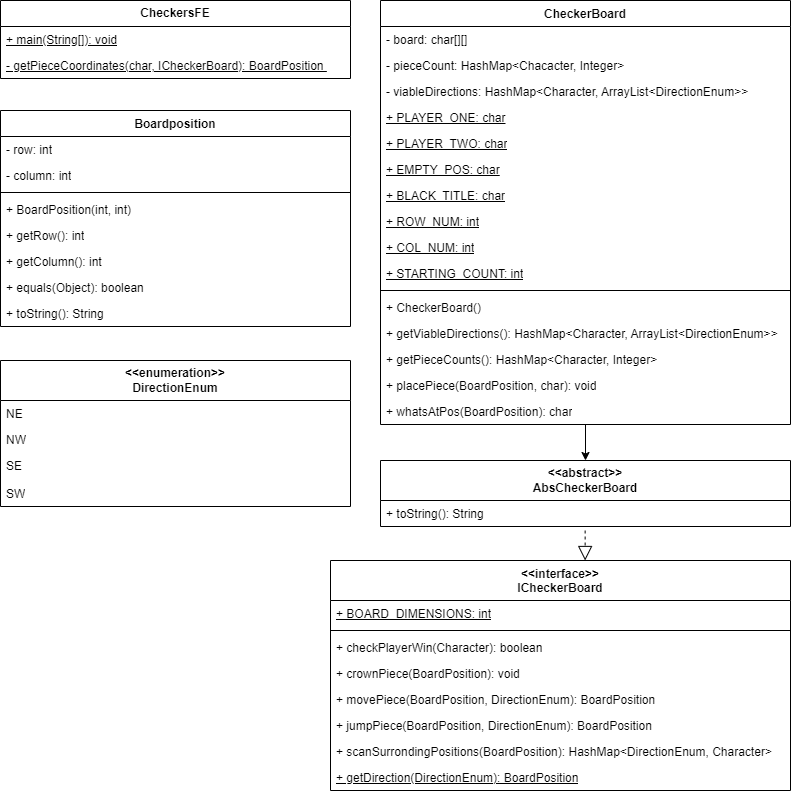
Above: UMLs.png in ksurisetty11/checkers-project (draw.io), before the change. Source tidied: cells renumbered, new cells last; positions are measured from the earlier drawing's top-left corner, leaving out a move shared by most shapes.
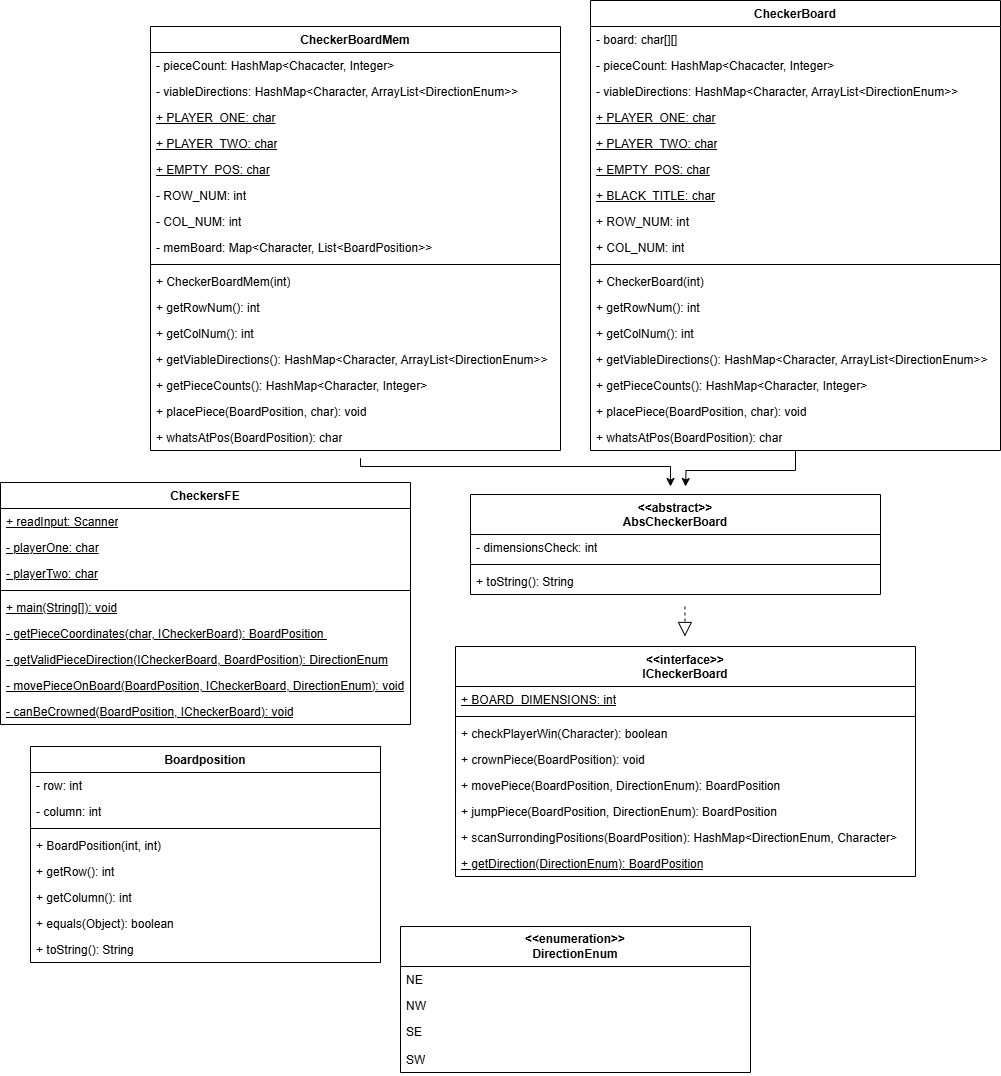
After the commit.

The edit, as a diff of the source:
```diff
@@ -3,7 +3,7 @@
     <mxCell id="0" />
     <mxCell id="1" parent="0" />
     <mxCell id="2" value="Boardposition" style="swimlane;fontStyle=1;align=center;verticalAlign=top;horizontal=1;startSize=26;whiteSpace=wrap;html=1;" parent="1" vertex="1">
-      <mxGeometry y="110" width="350" height="216" as="geometry" />
+      <mxGeometry x="-70" y="720" width="350" height="216" as="geometry" />
     </mxCell>
     <mxCell id="3" value="- row: int" style="text;strokeColor=none;fillColor=none;align=left;verticalAlign=top;spacingLeft=4;spacingRight=4;overflow=hidden;whiteSpace=wrap;html=1;" parent="2" vertex="1">
       <mxGeometry y="26" width="350" height="26" as="geometry" />
@@ -29,17 +29,8 @@
     <mxCell id="10" value="+ toString(): String" style="text;strokeColor=none;fillColor=none;align=left;verticalAlign=top;spacingLeft=4;spacingRight=4;overflow=hidden;whiteSpace=wrap;html=1;" parent="2" vertex="1">
       <mxGeometry y="190" width="350" height="26" as="geometry" />
     </mxCell>
-    <mxCell id="11" value="&lt;b&gt;CheckersFE&lt;/b&gt;" style="swimlane;fontStyle=0;horizontal=1;startSize=26;fillColor=none;whiteSpace=wrap;html=1;" parent="1" vertex="1">
-      <mxGeometry width="350" height="78" as="geometry" />
-    </mxCell>
-    <mxCell id="12" value="&lt;u&gt;+ main(String[]): void&lt;/u&gt;" style="text;strokeColor=none;fillColor=none;align=left;verticalAlign=top;spacingLeft=4;spacingRight=4;overflow=hidden;whiteSpace=wrap;html=1;" parent="11" vertex="1">
-      <mxGeometry y="26" width="350" height="26" as="geometry" />
-    </mxCell>
-    <mxCell id="13" value="- getPieceCoordinates(char, ICheckerBoard): BoardPosition&amp;nbsp;" style="text;strokeColor=none;fillColor=none;align=left;verticalAlign=top;spacingLeft=4;spacingRight=4;overflow=hidden;whiteSpace=wrap;html=1;fontStyle=4;" parent="11" vertex="1">
-      <mxGeometry y="52" width="350" height="26" as="geometry" />
-    </mxCell>
     <mxCell id="14" value="&lt;b&gt;&amp;lt;&amp;lt;enumeration&amp;gt;&amp;gt;&lt;/b&gt;&lt;div&gt;&lt;b&gt;DirectionEnum&lt;/b&gt;&lt;/div&gt;" style="swimlane;fontStyle=0;horizontal=1;startSize=40;fillColor=none;whiteSpace=wrap;html=1;" parent="1" vertex="1">
-      <mxGeometry y="360" width="350" height="146" as="geometry" />
+      <mxGeometry x="300" y="900" width="350" height="146" as="geometry" />
     </mxCell>
     <mxCell id="15" value="NE" style="text;strokeColor=none;fillColor=none;align=left;verticalAlign=top;spacingLeft=4;spacingRight=4;overflow=hidden;whiteSpace=wrap;html=1;" parent="14" vertex="1">
       <mxGeometry y="40" width="350" height="26" as="geometry" />
@@ -53,14 +44,8 @@
     <mxCell id="18" value="SW" style="text;strokeColor=none;fillColor=none;align=left;verticalAlign=top;spacingLeft=4;spacingRight=4;overflow=hidden;whiteSpace=wrap;html=1;" parent="14" vertex="1">
       <mxGeometry y="120" width="350" height="26" as="geometry" />
     </mxCell>
-    <mxCell id="19" value="&lt;div&gt;&lt;b&gt;&amp;lt;&amp;lt;abstract&amp;gt;&amp;gt;&lt;/b&gt;&lt;/div&gt;&lt;b&gt;AbsCheckerBoard&lt;/b&gt;" style="swimlane;fontStyle=0;horizontal=1;startSize=40;fillColor=none;whiteSpace=wrap;html=1;" parent="1" vertex="1">
-      <mxGeometry x="380" y="460" width="410" height="66" as="geometry" />
-    </mxCell>
-    <mxCell id="20" value="+ toString(): String" style="text;strokeColor=none;fillColor=none;align=left;verticalAlign=top;spacingLeft=4;spacingRight=4;overflow=hidden;whiteSpace=wrap;html=1;" parent="19" vertex="1">
-      <mxGeometry y="40" width="410" height="26" as="geometry" />
-    </mxCell>
     <mxCell id="21" value="CheckerBoard" style="swimlane;fontStyle=1;align=center;verticalAlign=top;horizontal=1;startSize=26;whiteSpace=wrap;html=1;" parent="1" vertex="1">
-      <mxGeometry x="380" width="410" height="424" as="geometry" />
+      <mxGeometry x="490" y="-26" width="410" height="450" as="geometry" />
     </mxCell>
     <mxCell id="22" value="- board: char[][]" style="text;strokeColor=none;fillColor=none;align=left;verticalAlign=top;spacingLeft=4;spacingRight=4;overflow=hidden;whiteSpace=wrap;html=1;" parent="21" vertex="1">
       <mxGeometry y="26" width="410" height="26" as="geometry" />
@@ -83,35 +68,38 @@
     <mxCell id="28" value="+ BLACK_TITLE: char" style="text;strokeColor=none;fillColor=none;align=left;verticalAlign=top;spacingLeft=4;spacingRight=4;overflow=hidden;whiteSpace=wrap;html=1;fontStyle=4;" parent="21" vertex="1">
       <mxGeometry y="182" width="410" height="26" as="geometry" />
     </mxCell>
-    <mxCell id="29" value="+ ROW_NUM: int" style="text;strokeColor=none;fillColor=none;align=left;verticalAlign=top;spacingLeft=4;spacingRight=4;overflow=hidden;whiteSpace=wrap;html=1;fontStyle=4;" parent="21" vertex="1">
+    <mxCell id="29" value="+ ROW_NUM: int" style="text;strokeColor=none;fillColor=none;align=left;verticalAlign=top;spacingLeft=4;spacingRight=4;overflow=hidden;whiteSpace=wrap;html=1;fontStyle=0;" parent="21" vertex="1">
       <mxGeometry y="208" width="410" height="26" as="geometry" />
     </mxCell>
-    <mxCell id="30" value="+ COL_NUM: int" style="text;strokeColor=none;fillColor=none;align=left;verticalAlign=top;spacingLeft=4;spacingRight=4;overflow=hidden;whiteSpace=wrap;html=1;fontStyle=4;" parent="21" vertex="1">
+    <mxCell id="30" value="+ COL_NUM: int" style="text;strokeColor=none;fillColor=none;align=left;verticalAlign=top;spacingLeft=4;spacingRight=4;overflow=hidden;whiteSpace=wrap;html=1;fontStyle=0;" parent="21" vertex="1">
       <mxGeometry y="234" width="410" height="26" as="geometry" />
     </mxCell>
-    <mxCell id="31" value="+ STARTING_COUNT: int" style="text;strokeColor=none;fillColor=none;align=left;verticalAlign=top;spacingLeft=4;spacingRight=4;overflow=hidden;whiteSpace=wrap;html=1;fontStyle=4;" parent="21" vertex="1">
-      <mxGeometry y="260" width="410" height="26" as="geometry" />
-    </mxCell>
     <mxCell id="32" style="line;strokeWidth=1;fillColor=none;align=left;verticalAlign=middle;spacingTop=-1;spacingLeft=3;spacingRight=3;labelPosition=right;strokeColor=inherit;" parent="21" vertex="1">
-      <mxGeometry y="286" width="410" height="8" as="geometry" />
+      <mxGeometry y="260" width="410" height="8" as="geometry" />
     </mxCell>
-    <mxCell id="33" value="+ CheckerBoard()" style="text;strokeColor=none;fillColor=none;align=left;verticalAlign=top;spacingLeft=4;spacingRight=4;overflow=hidden;whiteSpace=wrap;html=1;" parent="21" vertex="1">
-      <mxGeometry y="294" width="410" height="26" as="geometry" />
+    <mxCell id="33" value="+ CheckerBoard(int)" style="text;strokeColor=none;fillColor=none;align=left;verticalAlign=top;spacingLeft=4;spacingRight=4;overflow=hidden;whiteSpace=wrap;html=1;" parent="21" vertex="1">
+      <mxGeometry y="268" width="410" height="26" as="geometry" />
     </mxCell>
+    <mxCell id="49" value="+ getRowNum(): int" style="text;strokeColor=none;fillColor=none;align=left;verticalAlign=top;spacingLeft=4;spacingRight=4;overflow=hidden;whiteSpace=wrap;html=1;" parent="21" vertex="1">
+      <mxGeometry y="294" width="410" height="26" as="geometry" />
+    </mxCell>
+    <mxCell id="50" value="+ getColNum(): int" style="text;strokeColor=none;fillColor=none;align=left;verticalAlign=top;spacingLeft=4;spacingRight=4;overflow=hidden;whiteSpace=wrap;html=1;" parent="21" vertex="1">
+      <mxGeometry y="320" width="410" height="26" as="geometry" />
+    </mxCell>
     <mxCell id="34" value="+ getViableDirections(): HashMap&amp;lt;Character, ArrayList&amp;lt;DirectionEnum&amp;gt;&amp;gt;" style="text;strokeColor=none;fillColor=none;align=left;verticalAlign=top;spacingLeft=4;spacingRight=4;overflow=hidden;whiteSpace=wrap;html=1;" parent="21" vertex="1">
-      <mxGeometry y="320" width="410" height="26" as="geometry" />
+      <mxGeometry y="346" width="410" height="26" as="geometry" />
     </mxCell>
     <mxCell id="35" value="+ getPieceCounts(): HashMap&amp;lt;Character, Integer&amp;gt;" style="text;strokeColor=none;fillColor=none;align=left;verticalAlign=top;spacingLeft=4;spacingRight=4;overflow=hidden;whiteSpace=wrap;html=1;" parent="21" vertex="1">
-      <mxGeometry y="346" width="410" height="26" as="geometry" />
+      <mxGeometry y="372" width="410" height="26" as="geometry" />
     </mxCell>
     <mxCell id="36" value="+ placePiece(BoardPosition, char): void" style="text;strokeColor=none;fillColor=none;align=left;verticalAlign=top;spacingLeft=4;spacingRight=4;overflow=hidden;whiteSpace=wrap;html=1;" parent="21" vertex="1">
-      <mxGeometry y="372" width="410" height="26" as="geometry" />
+      <mxGeometry y="398" width="410" height="26" as="geometry" />
     </mxCell>
     <mxCell id="37" value="+ whatsAtPos(BoardPosition): char" style="text;strokeColor=none;fillColor=none;align=left;verticalAlign=top;spacingLeft=4;spacingRight=4;overflow=hidden;whiteSpace=wrap;html=1;" parent="21" vertex="1">
-      <mxGeometry y="398" width="410" height="26" as="geometry" />
+      <mxGeometry y="424" width="410" height="26" as="geometry" />
     </mxCell>
     <mxCell id="38" value="&amp;lt;&amp;lt;interface&amp;gt;&amp;gt;&lt;div&gt;ICheckerBoard&lt;/div&gt;" style="swimlane;fontStyle=1;align=center;verticalAlign=top;horizontal=1;startSize=40;whiteSpace=wrap;html=1;" parent="1" vertex="1">
-      <mxGeometry x="330" y="560" width="460" height="230" as="geometry" />
+      <mxGeometry x="355" y="620" width="460" height="230" as="geometry" />
     </mxCell>
     <mxCell id="39" value="&lt;u&gt;+ BOARD_DIMENSIONS: int&lt;/u&gt;" style="text;strokeColor=none;fillColor=none;align=left;verticalAlign=top;spacingLeft=4;spacingRight=4;overflow=hidden;whiteSpace=wrap;html=1;" parent="38" vertex="1">
       <mxGeometry y="40" width="460" height="26" as="geometry" />
@@ -137,14 +125,120 @@
     <mxCell id="46" value="&lt;u&gt;+ getDirection(DirectionEnum): BoardPosition&lt;/u&gt;" style="text;strokeColor=none;fillColor=none;align=left;verticalAlign=top;spacingLeft=4;spacingRight=4;overflow=hidden;whiteSpace=wrap;html=1;" parent="38" vertex="1">
       <mxGeometry y="204" width="460" height="26" as="geometry" />
     </mxCell>
-    <mxCell id="47" style="edgeStyle=orthogonalEdgeStyle;rounded=0;jettySize=auto;html=1;entryX=0.5;entryY=0;entryDx=0;entryDy=0;" parent="1" edge="1" source="21" target="19">
-      <mxGeometry relative="1" as="geometry" />
+    <mxCell id="47" style="edgeStyle=orthogonalEdgeStyle;rounded=0;jettySize=auto;html=1;entryX=0.5;entryY=0;entryDx=0;entryDy=0;" parent="1" edge="1" source="21">
+      <mxGeometry relative="1" as="geometry">
+        <mxPoint x="585" y="460" as="targetPoint" />
+      </mxGeometry>
     </mxCell>
     <mxCell id="48" style="endArrow=block;dashed=1;endFill=0;endSize=12;html=1;rounded=0;entryX=0.5;entryY=0;entryDx=0;entryDy=0;" parent="1" edge="1">
       <mxGeometry relative="1" as="geometry">
-        <mxPoint x="584.6" y="530" as="sourcePoint" />
-        <mxPoint x="584.6" y="560" as="targetPoint" />
+        <mxPoint x="584.4" y="580" as="sourcePoint" />
+        <mxPoint x="584.4" y="610" as="targetPoint" />
       </mxGeometry>
     </mxCell>
+    <mxCell id="51" style="edgeStyle=orthogonalEdgeStyle;rounded=0;orthogonalLoop=1;jettySize=auto;html=1;" parent="1" edge="1">
+      <mxGeometry relative="1" as="geometry">
+        <mxPoint x="260" y="440" as="sourcePoint" />
+        <mxPoint x="570" y="460" as="targetPoint" />
+        <Array as="points">
+          <mxPoint x="260" y="432" />
+          <mxPoint x="260" y="440" />
+          <mxPoint x="570" y="440" />
+        </Array>
+      </mxGeometry>
+    </mxCell>
+    <mxCell id="52" value="CheckerBoardMem" style="swimlane;fontStyle=1;align=center;verticalAlign=top;horizontal=1;startSize=26;whiteSpace=wrap;html=1;" parent="1" vertex="1">
+      <mxGeometry x="50" width="410" height="424" as="geometry" />
+    </mxCell>
+    <mxCell id="53" value="- pieceCount: HashMap&amp;lt;Chacacter, Integer&amp;gt;" style="text;strokeColor=none;fillColor=none;align=left;verticalAlign=top;spacingLeft=4;spacingRight=4;overflow=hidden;whiteSpace=wrap;html=1;" parent="52" vertex="1">
+      <mxGeometry y="26" width="410" height="26" as="geometry" />
+    </mxCell>
+    <mxCell id="54" value="- viableDirections: HashMap&amp;lt;Character, ArrayList&amp;lt;DirectionEnum&amp;gt;&amp;gt;" style="text;strokeColor=none;fillColor=none;align=left;verticalAlign=top;spacingLeft=4;spacingRight=4;overflow=hidden;whiteSpace=wrap;html=1;" parent="52" vertex="1">
+      <mxGeometry y="52" width="410" height="26" as="geometry" />
+    </mxCell>
+    <mxCell id="55" value="&lt;u&gt;+ PLAYER_ONE: char&lt;/u&gt;" style="text;strokeColor=none;fillColor=none;align=left;verticalAlign=top;spacingLeft=4;spacingRight=4;overflow=hidden;whiteSpace=wrap;html=1;" parent="52" vertex="1">
+      <mxGeometry y="78" width="410" height="26" as="geometry" />
+    </mxCell>
+    <mxCell id="56" value="+ PLAYER_TWO: char" style="text;strokeColor=none;fillColor=none;align=left;verticalAlign=top;spacingLeft=4;spacingRight=4;overflow=hidden;whiteSpace=wrap;html=1;fontStyle=4;" parent="52" vertex="1">
+      <mxGeometry y="104" width="410" height="26" as="geometry" />
+    </mxCell>
+    <mxCell id="57" value="+ EMPTY_POS: char" style="text;strokeColor=none;fillColor=none;align=left;verticalAlign=top;spacingLeft=4;spacingRight=4;overflow=hidden;whiteSpace=wrap;html=1;fontStyle=4;" parent="52" vertex="1">
+      <mxGeometry y="130" width="410" height="26" as="geometry" />
+    </mxCell>
+    <mxCell id="58" value="- ROW_NUM: int" style="text;strokeColor=none;fillColor=none;align=left;verticalAlign=top;spacingLeft=4;spacingRight=4;overflow=hidden;whiteSpace=wrap;html=1;fontStyle=0;" parent="52" vertex="1">
+      <mxGeometry y="156" width="410" height="26" as="geometry" />
+    </mxCell>
+    <mxCell id="59" value="- COL_NUM: int" style="text;strokeColor=none;fillColor=none;align=left;verticalAlign=top;spacingLeft=4;spacingRight=4;overflow=hidden;whiteSpace=wrap;html=1;fontStyle=0;" parent="52" vertex="1">
+      <mxGeometry y="182" width="410" height="26" as="geometry" />
+    </mxCell>
+    <mxCell id="60" value="- memBoard: Map&amp;lt;Character, List&amp;lt;BoardPosition&amp;gt;&amp;gt;" style="text;strokeColor=none;fillColor=none;align=left;verticalAlign=top;spacingLeft=4;spacingRight=4;overflow=hidden;whiteSpace=wrap;html=1;fontStyle=0;" parent="52" vertex="1">
+      <mxGeometry y="208" width="410" height="26" as="geometry" />
+    </mxCell>
+    <mxCell id="61" style="line;strokeWidth=1;fillColor=none;align=left;verticalAlign=middle;spacingTop=-1;spacingLeft=3;spacingRight=3;labelPosition=right;strokeColor=inherit;" parent="52" vertex="1">
+      <mxGeometry y="234" width="410" height="8" as="geometry" />
+    </mxCell>
+    <mxCell id="62" value="+ CheckerBoardMem(int)" style="text;strokeColor=none;fillColor=none;align=left;verticalAlign=top;spacingLeft=4;spacingRight=4;overflow=hidden;whiteSpace=wrap;html=1;" parent="52" vertex="1">
+      <mxGeometry y="242" width="410" height="26" as="geometry" />
+    </mxCell>
+    <mxCell id="63" value="+ getRowNum(): int" style="text;strokeColor=none;fillColor=none;align=left;verticalAlign=top;spacingLeft=4;spacingRight=4;overflow=hidden;whiteSpace=wrap;html=1;" parent="52" vertex="1">
+      <mxGeometry y="268" width="410" height="26" as="geometry" />
+    </mxCell>
+    <mxCell id="64" value="+ getColNum(): int" style="text;strokeColor=none;fillColor=none;align=left;verticalAlign=top;spacingLeft=4;spacingRight=4;overflow=hidden;whiteSpace=wrap;html=1;" parent="52" vertex="1">
+      <mxGeometry y="294" width="410" height="26" as="geometry" />
+    </mxCell>
+    <mxCell id="65" value="+ getViableDirections(): HashMap&amp;lt;Character, ArrayList&amp;lt;DirectionEnum&amp;gt;&amp;gt;" style="text;strokeColor=none;fillColor=none;align=left;verticalAlign=top;spacingLeft=4;spacingRight=4;overflow=hidden;whiteSpace=wrap;html=1;" parent="52" vertex="1">
+      <mxGeometry y="320" width="410" height="26" as="geometry" />
+    </mxCell>
+    <mxCell id="66" value="+ getPieceCounts(): HashMap&amp;lt;Character, Integer&amp;gt;" style="text;strokeColor=none;fillColor=none;align=left;verticalAlign=top;spacingLeft=4;spacingRight=4;overflow=hidden;whiteSpace=wrap;html=1;" parent="52" vertex="1">
+      <mxGeometry y="346" width="410" height="26" as="geometry" />
+    </mxCell>
+    <mxCell id="67" value="+ placePiece(BoardPosition, char): void" style="text;strokeColor=none;fillColor=none;align=left;verticalAlign=top;spacingLeft=4;spacingRight=4;overflow=hidden;whiteSpace=wrap;html=1;" parent="52" vertex="1">
+      <mxGeometry y="372" width="410" height="26" as="geometry" />
+    </mxCell>
+    <mxCell id="68" value="+ whatsAtPos(BoardPosition): char" style="text;strokeColor=none;fillColor=none;align=left;verticalAlign=top;spacingLeft=4;spacingRight=4;overflow=hidden;whiteSpace=wrap;html=1;" parent="52" vertex="1">
+      <mxGeometry y="398" width="410" height="26" as="geometry" />
+    </mxCell>
+    <mxCell id="19" value="&amp;lt;&amp;lt;abstract&amp;gt;&amp;gt;&lt;div&gt;AbsCheckerBoard&lt;/div&gt;&lt;div&gt;&lt;br&gt;&lt;/div&gt;" style="swimlane;fontStyle=1;align=center;verticalAlign=top;horizontal=1;startSize=40;whiteSpace=wrap;html=1;" parent="1" vertex="1">
+      <mxGeometry x="370" y="468" width="410" height="100" as="geometry" />
+    </mxCell>
+    <mxCell id="69" value="- dimensionsCheck: int" style="text;strokeColor=none;fillColor=none;align=left;verticalAlign=top;spacingLeft=4;spacingRight=4;overflow=hidden;whiteSpace=wrap;html=1;" parent="19" vertex="1">
+      <mxGeometry y="40" width="410" height="26" as="geometry" />
+    </mxCell>
+    <mxCell id="70" style="line;strokeWidth=1;fillColor=none;align=left;verticalAlign=middle;spacingTop=-1;spacingLeft=3;spacingRight=3;labelPosition=right;strokeColor=inherit;" parent="19" vertex="1">
+      <mxGeometry y="66" width="410" height="8" as="geometry" />
+    </mxCell>
+    <mxCell id="20" value="+ toString(): String" style="text;strokeColor=none;fillColor=none;align=left;verticalAlign=top;spacingLeft=4;spacingRight=4;overflow=hidden;whiteSpace=wrap;html=1;" parent="19" vertex="1">
+      <mxGeometry y="74" width="410" height="26" as="geometry" />
+    </mxCell>
+    <mxCell id="11" value="CheckersFE" style="swimlane;fontStyle=1;align=center;verticalAlign=top;horizontal=1;startSize=26;whiteSpace=wrap;html=1;" parent="1" vertex="1">
+      <mxGeometry x="-100" y="456" width="410" height="242" as="geometry" />
+    </mxCell>
+    <mxCell id="71" value="&lt;u&gt;+ readInput: Scanner&lt;/u&gt;" style="text;strokeColor=none;fillColor=none;align=left;verticalAlign=top;spacingLeft=4;spacingRight=4;overflow=hidden;whiteSpace=wrap;html=1;" parent="11" vertex="1">
+      <mxGeometry y="26" width="410" height="26" as="geometry" />
+    </mxCell>
+    <mxCell id="72" value="&lt;u&gt;- playerOne: char&lt;/u&gt;" style="text;strokeColor=none;fillColor=none;align=left;verticalAlign=top;spacingLeft=4;spacingRight=4;overflow=hidden;whiteSpace=wrap;html=1;" parent="11" vertex="1">
+      <mxGeometry y="52" width="410" height="26" as="geometry" />
+    </mxCell>
+    <mxCell id="73" value="- playerTwo: char" style="text;strokeColor=none;fillColor=none;align=left;verticalAlign=top;spacingLeft=4;spacingRight=4;overflow=hidden;whiteSpace=wrap;html=1;fontStyle=4;" parent="11" vertex="1">
+      <mxGeometry y="78" width="410" height="26" as="geometry" />
+    </mxCell>
+    <mxCell id="74" style="line;strokeWidth=1;fillColor=none;align=left;verticalAlign=middle;spacingTop=-1;spacingLeft=3;spacingRight=3;labelPosition=right;strokeColor=inherit;" parent="11" vertex="1">
+      <mxGeometry y="104" width="410" height="8" as="geometry" />
+    </mxCell>
+    <mxCell id="12" value="&lt;u&gt;+ main(String[]): void&lt;/u&gt;" style="text;strokeColor=none;fillColor=none;align=left;verticalAlign=top;spacingLeft=4;spacingRight=4;overflow=hidden;whiteSpace=wrap;html=1;" parent="11" vertex="1">
+      <mxGeometry y="112" width="410" height="26" as="geometry" />
+    </mxCell>
+    <mxCell id="13" value="&lt;span style=&quot;text-decoration-line: underline;&quot;&gt;- getPieceCoordinates(char, ICheckerBoard): BoardPosition&amp;nbsp;&lt;/span&gt;" style="text;strokeColor=none;fillColor=none;align=left;verticalAlign=top;spacingLeft=4;spacingRight=4;overflow=hidden;whiteSpace=wrap;html=1;" parent="11" vertex="1">
+      <mxGeometry y="138" width="410" height="26" as="geometry" />
+    </mxCell>
+    <mxCell id="75" value="- getValidPieceDirection(ICheckerBoard, BoardPosition): DirectionEnum" style="text;strokeColor=none;fillColor=none;align=left;verticalAlign=top;spacingLeft=4;spacingRight=4;overflow=hidden;whiteSpace=wrap;html=1;fontStyle=4;" parent="11" vertex="1">
+      <mxGeometry y="164" width="410" height="26" as="geometry" />
+    </mxCell>
+    <mxCell id="76" value="&lt;u&gt;- movePieceOnBoard(BoardPosition, ICheckerBoard, DirectionEnum): void&lt;/u&gt;" style="text;strokeColor=none;fillColor=none;align=left;verticalAlign=top;spacingLeft=4;spacingRight=4;overflow=hidden;whiteSpace=wrap;html=1;" parent="11" vertex="1">
+      <mxGeometry y="190" width="410" height="26" as="geometry" />
+    </mxCell>
+    <mxCell id="77" value="- canBeCrowned(BoardPosition, ICheckerBoard): void" style="text;strokeColor=none;fillColor=none;align=left;verticalAlign=top;spacingLeft=4;spacingRight=4;overflow=hidden;whiteSpace=wrap;html=1;fontStyle=4;" parent="11" vertex="1">
+      <mxGeometry y="216" width="410" height="26" as="geometry" />
+    </mxCell>
   </root>
 </mxGraphModel>
```
